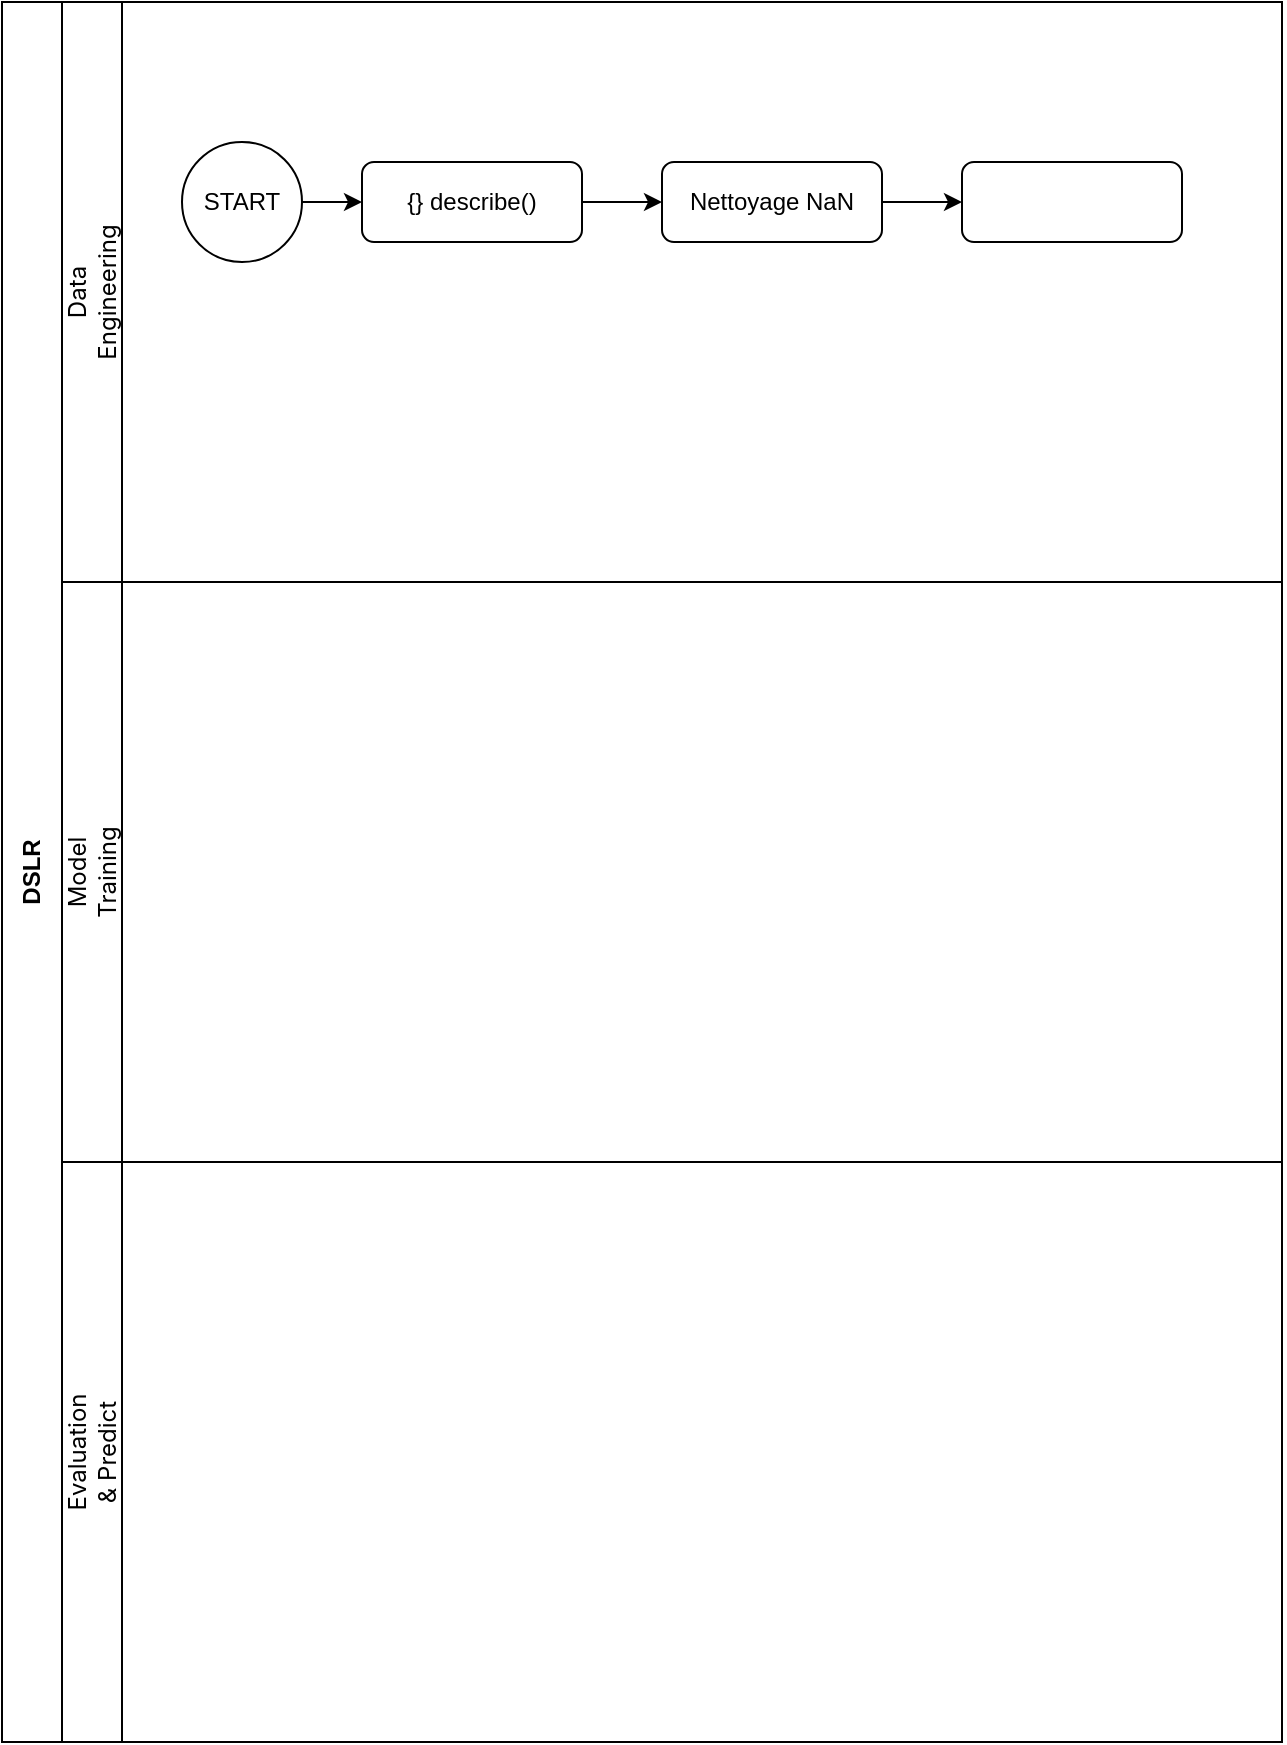
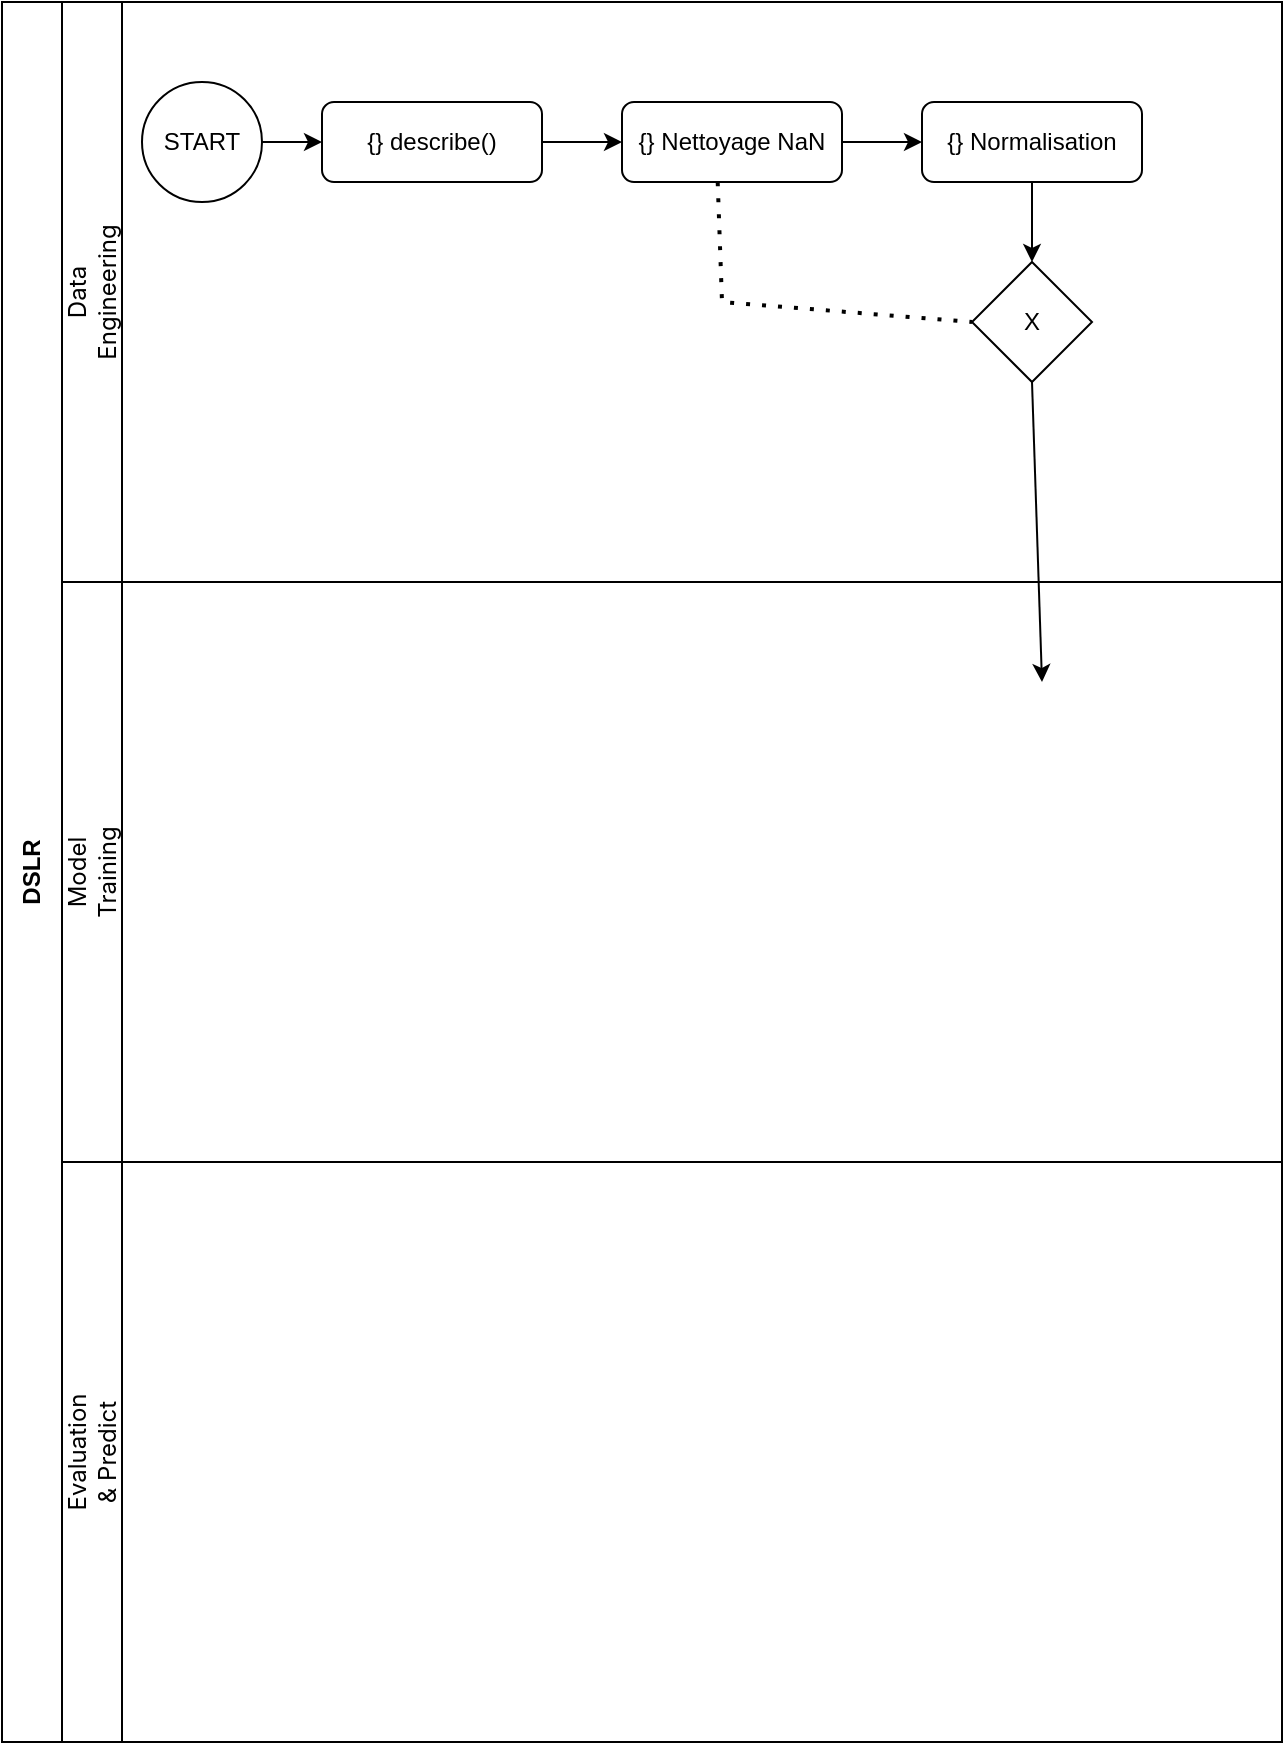
<mxfile host="app.diagrams.net">
  <diagram name="Page-1" id="0tKCiW2H9U9yNMpW7Atb">
-     <mxGraphModel dx="1414" dy="793" grid="1" gridSize="10" guides="1" tooltips="1" connect="1" arrows="1" fold="1" page="1" pageScale="1" pageWidth="827" pageHeight="1169" math="0" shadow="0">
+     <mxGraphModel dx="1571" dy="881" grid="1" gridSize="10" guides="1" tooltips="1" connect="1" arrows="1" fold="1" page="1" pageScale="1" pageWidth="827" pageHeight="1169" math="0" shadow="0">
      <root>
        <mxCell id="0" />
        <mxCell id="1" parent="0" />
        <mxCell id="MoVcxeQHBZMtHFU29h8S-1" parent="1" style="swimlane;horizontal=0;whiteSpace=wrap;html=1;startSize=30;" value="DSLR" vertex="1">
          <mxGeometry height="870" width="640" x="80" y="30" as="geometry" />
        </mxCell>
        <mxCell id="MoVcxeQHBZMtHFU29h8S-6" parent="MoVcxeQHBZMtHFU29h8S-1" style="rounded=0;whiteSpace=wrap;html=1;" value="" vertex="1">
          <mxGeometry height="290" width="30" x="30" as="geometry" />
        </mxCell>
        <mxCell id="MoVcxeQHBZMtHFU29h8S-7" parent="MoVcxeQHBZMtHFU29h8S-1" style="rounded=0;whiteSpace=wrap;html=1;" value="" vertex="1">
          <mxGeometry height="290" width="30" x="30" y="290" as="geometry" />
        </mxCell>
        <mxCell id="MoVcxeQHBZMtHFU29h8S-8" parent="MoVcxeQHBZMtHFU29h8S-1" style="rounded=0;whiteSpace=wrap;html=1;" value="" vertex="1">
          <mxGeometry height="290" width="30" x="30" y="580" as="geometry" />
        </mxCell>
        <mxCell id="MoVcxeQHBZMtHFU29h8S-11" parent="MoVcxeQHBZMtHFU29h8S-1" style="text;html=1;whiteSpace=wrap;strokeColor=none;fillColor=none;align=center;verticalAlign=middle;rounded=0;rotation=-90;" value="&lt;span style=&quot;color: rgba(0, 0, 0, 0); font-family: monospace; font-size: 0px; text-align: start; text-wrap-mode: nowrap;&quot;&gt;%3CmxGraphModel%3E%3Croot%3E%3CmxCell%20id%3D%220%22%2F%3E%3CmxCell%20id%3D%221%22%20parent%3D%220%22%2F%3E%3CmxCell%20id%3D%222%22%20parent%3D%221%22%20style%3D%22text%3Bhtml%3D1%3BwhiteSpace%3Dwrap%3BstrokeColor%3Dnone%3BfillColor%3Dnone%3Balign%3Dcenter%3BverticalAlign%3Dmiddle%3Brounded%3D0%3Brotation%3D-90%3B%22%20value%3D%22%26lt%3Bspan%20style%3D%26quot%3Bfont-family%3A%20%26amp%3Bquot%3BAnthropic%20Sans%26amp%3Bquot%3B%2C%20-apple-system%2C%20BlinkMacSystemFont%2C%20%26amp%3Bquot%3BSegoe%20UI%26amp%3Bquot%3B%2C%20sans-serif%3B%20text-align%3A%20start%3B%20text-wrap-mode%3A%20nowrap%3B%26quot%3B%26gt%3BData%20Engineering%26lt%3B%2Fspan%26gt%3B%22%20vertex%3D%221%22%3E%3CmxGeometry%20height%3D%2230%22%20width%3D%2260%22%20x%3D%2295%22%20y%3D%22130%22%20as%3D%22geometry%22%2F%3E%3C%2FmxCell%3E%3C%2Froot%3E%3C%2FmxGraphModel%3E&lt;/span&gt;&lt;span style=&quot;font-family: &amp;quot;Anthropic Sans&amp;quot;, -apple-system, BlinkMacSystemFont, &amp;quot;Segoe UI&amp;quot;, sans-serif; text-align: start; text-wrap-mode: nowrap;&quot;&gt;Model Training&lt;/span&gt;" vertex="1">
          <mxGeometry height="30" width="60" x="15" y="420" as="geometry" />
        </mxCell>
        <mxCell id="MoVcxeQHBZMtHFU29h8S-9" parent="MoVcxeQHBZMtHFU29h8S-1" style="text;html=1;whiteSpace=wrap;strokeColor=none;fillColor=none;align=center;verticalAlign=middle;rounded=0;rotation=-90;" value="&lt;span style=&quot;font-family: &amp;quot;Anthropic Sans&amp;quot;, -apple-system, BlinkMacSystemFont, &amp;quot;Segoe UI&amp;quot;, sans-serif; text-align: start; text-wrap-mode: nowrap;&quot;&gt;Data Engineering&lt;/span&gt;" vertex="1">
          <mxGeometry height="30" width="60" x="15" y="130" as="geometry" />
        </mxCell>
        <mxCell id="MoVcxeQHBZMtHFU29h8S-12" parent="MoVcxeQHBZMtHFU29h8S-1" style="text;html=1;whiteSpace=wrap;strokeColor=none;fillColor=none;align=center;verticalAlign=middle;rounded=0;rotation=-90;" value="&lt;span style=&quot;font-family: &amp;quot;Anthropic Sans&amp;quot;, -apple-system, BlinkMacSystemFont, &amp;quot;Segoe UI&amp;quot;, sans-serif; text-align: start; text-wrap-mode: nowrap;&quot;&gt;Evaluation &amp;amp; Predict&lt;/span&gt;" vertex="1">
          <mxGeometry height="30" width="60" x="15" y="710" as="geometry" />
        </mxCell>
        <mxCell id="MoVcxeQHBZMtHFU29h8S-14" edge="1" parent="MoVcxeQHBZMtHFU29h8S-1" style="endArrow=none;html=1;rounded=0;exitX=1;exitY=0;exitDx=0;exitDy=0;" value="">
          <mxGeometry height="50" relative="1" width="50" as="geometry">
            <mxPoint x="60" y="290" as="sourcePoint" />
            <mxPoint x="640" y="290" as="targetPoint" />
          </mxGeometry>
        </mxCell>
        <mxCell id="MoVcxeQHBZMtHFU29h8S-16" parent="MoVcxeQHBZMtHFU29h8S-1" style="ellipse;whiteSpace=wrap;html=1;aspect=fixed;" value="START" vertex="1">
-           <mxGeometry height="60" width="60" x="90" y="70" as="geometry" />
+           <mxGeometry height="60" width="60" x="70" y="40" as="geometry" />
        </mxCell>
        <mxCell id="MoVcxeQHBZMtHFU29h8S-17" parent="MoVcxeQHBZMtHFU29h8S-1" style="rounded=1;whiteSpace=wrap;html=1;" value="{} describe()" vertex="1">
-           <mxGeometry height="40" width="110" x="180" y="80" as="geometry" />
+           <mxGeometry height="40" width="110" x="160" y="50" as="geometry" />
        </mxCell>
-         <mxCell id="MoVcxeQHBZMtHFU29h8S-18" parent="MoVcxeQHBZMtHFU29h8S-1" style="rounded=1;whiteSpace=wrap;html=1;" value="Nettoyage NaN" vertex="1">
-           <mxGeometry height="40" width="110" x="330" y="80" as="geometry" />
+         <mxCell id="MoVcxeQHBZMtHFU29h8S-18" parent="MoVcxeQHBZMtHFU29h8S-1" style="rounded=1;whiteSpace=wrap;html=1;" value="{} Nettoyage NaN" vertex="1">
+           <mxGeometry height="40" width="110" x="310" y="50" as="geometry" />
        </mxCell>
-         <mxCell id="MoVcxeQHBZMtHFU29h8S-19" parent="MoVcxeQHBZMtHFU29h8S-1" style="rounded=1;whiteSpace=wrap;html=1;" value="" vertex="1">
-           <mxGeometry height="40" width="110" x="480" y="80" as="geometry" />
+         <mxCell id="MoVcxeQHBZMtHFU29h8S-19" parent="MoVcxeQHBZMtHFU29h8S-1" style="rounded=1;whiteSpace=wrap;html=1;" value="{} Normalisation" vertex="1">
+           <mxGeometry height="40" width="110" x="460" y="50" as="geometry" />
        </mxCell>
        <mxCell id="MoVcxeQHBZMtHFU29h8S-20" edge="1" parent="MoVcxeQHBZMtHFU29h8S-1" source="MoVcxeQHBZMtHFU29h8S-16" style="endArrow=classic;html=1;rounded=0;exitX=1;exitY=0.5;exitDx=0;exitDy=0;entryX=0;entryY=0.5;entryDx=0;entryDy=0;" target="MoVcxeQHBZMtHFU29h8S-17" value="">
          <mxGeometry height="50" relative="1" width="50" as="geometry">
-             <mxPoint x="310" y="330" as="sourcePoint" />
-             <mxPoint x="360" y="280" as="targetPoint" />
+             <mxPoint x="290" y="300" as="sourcePoint" />
+             <mxPoint x="340" y="250" as="targetPoint" />
          </mxGeometry>
        </mxCell>
        <mxCell id="MoVcxeQHBZMtHFU29h8S-21" edge="1" parent="MoVcxeQHBZMtHFU29h8S-1" source="MoVcxeQHBZMtHFU29h8S-17" style="endArrow=classic;html=1;rounded=0;entryX=0;entryY=0.5;entryDx=0;entryDy=0;exitX=1;exitY=0.5;exitDx=0;exitDy=0;" target="MoVcxeQHBZMtHFU29h8S-18" value="">
          <mxGeometry height="50" relative="1" width="50" as="geometry">
-             <mxPoint x="300" y="180" as="sourcePoint" />
-             <mxPoint x="220" y="200" as="targetPoint" />
+             <mxPoint x="280" y="150" as="sourcePoint" />
+             <mxPoint x="200" y="170" as="targetPoint" />
          </mxGeometry>
        </mxCell>
        <mxCell id="MoVcxeQHBZMtHFU29h8S-22" edge="1" parent="MoVcxeQHBZMtHFU29h8S-1" source="MoVcxeQHBZMtHFU29h8S-18" style="endArrow=classic;html=1;rounded=0;exitX=1;exitY=0.5;exitDx=0;exitDy=0;entryX=0;entryY=0.5;entryDx=0;entryDy=0;" target="MoVcxeQHBZMtHFU29h8S-19" value="">
          <mxGeometry height="50" relative="1" width="50" as="geometry">
-             <mxPoint x="320" y="340" as="sourcePoint" />
-             <mxPoint x="350" y="340" as="targetPoint" />
+             <mxPoint x="300" y="310" as="sourcePoint" />
+             <mxPoint x="330" y="310" as="targetPoint" />
+           </mxGeometry>
+         </mxCell>
+         <mxCell id="NjFdwsVWSedzDXnufngj-1" parent="MoVcxeQHBZMtHFU29h8S-1" style="rhombus;whiteSpace=wrap;html=1;" value="X" vertex="1">
+           <mxGeometry height="60" width="60" x="485" y="130" as="geometry" />
+         </mxCell>
+         <mxCell id="NjFdwsVWSedzDXnufngj-2" edge="1" parent="MoVcxeQHBZMtHFU29h8S-1" source="MoVcxeQHBZMtHFU29h8S-19" style="endArrow=classic;html=1;rounded=0;exitX=0.5;exitY=1;exitDx=0;exitDy=0;entryX=0.5;entryY=0;entryDx=0;entryDy=0;" target="NjFdwsVWSedzDXnufngj-1" value="">
+           <mxGeometry height="50" relative="1" width="50" as="geometry">
+             <mxPoint x="310" y="460" as="sourcePoint" />
+             <mxPoint x="360" y="410" as="targetPoint" />
+           </mxGeometry>
+         </mxCell>
+         <mxCell id="NjFdwsVWSedzDXnufngj-3" edge="1" parent="MoVcxeQHBZMtHFU29h8S-1" source="MoVcxeQHBZMtHFU29h8S-18" style="endArrow=none;dashed=1;html=1;dashPattern=1 3;strokeWidth=2;rounded=0;exitX=0.435;exitY=1.003;exitDx=0;exitDy=0;exitPerimeter=0;entryX=0;entryY=0.5;entryDx=0;entryDy=0;" target="NjFdwsVWSedzDXnufngj-1" value="">
+           <mxGeometry height="50" relative="1" width="50" as="geometry">
+             <Array as="points">
+               <mxPoint x="360" y="150" />
+             </Array>
+             <mxPoint x="310" y="460" as="sourcePoint" />
+             <mxPoint x="360" y="410" as="targetPoint" />
          </mxGeometry>
        </mxCell>
        <mxCell id="MoVcxeQHBZMtHFU29h8S-13" edge="1" parent="1" source="MoVcxeQHBZMtHFU29h8S-8" style="endArrow=none;html=1;rounded=0;exitX=1;exitY=0;exitDx=0;exitDy=0;" value="">
          <mxGeometry height="50" relative="1" width="50" as="geometry">
            <mxPoint x="390" y="710" as="sourcePoint" />
            <mxPoint x="720" y="610" as="targetPoint" />
          </mxGeometry>
        </mxCell>
+         <mxCell id="NjFdwsVWSedzDXnufngj-4" edge="1" parent="1" source="NjFdwsVWSedzDXnufngj-1" style="endArrow=classic;html=1;rounded=0;exitX=0.5;exitY=1;exitDx=0;exitDy=0;" value="">
+           <mxGeometry height="50" relative="1" width="50" as="geometry">
+             <mxPoint x="390" y="490" as="sourcePoint" />
+             <mxPoint x="600" y="370" as="targetPoint" />
+           </mxGeometry>
+         </mxCell>
      </root>
    </mxGraphModel>
  </diagram>
</mxfile>
